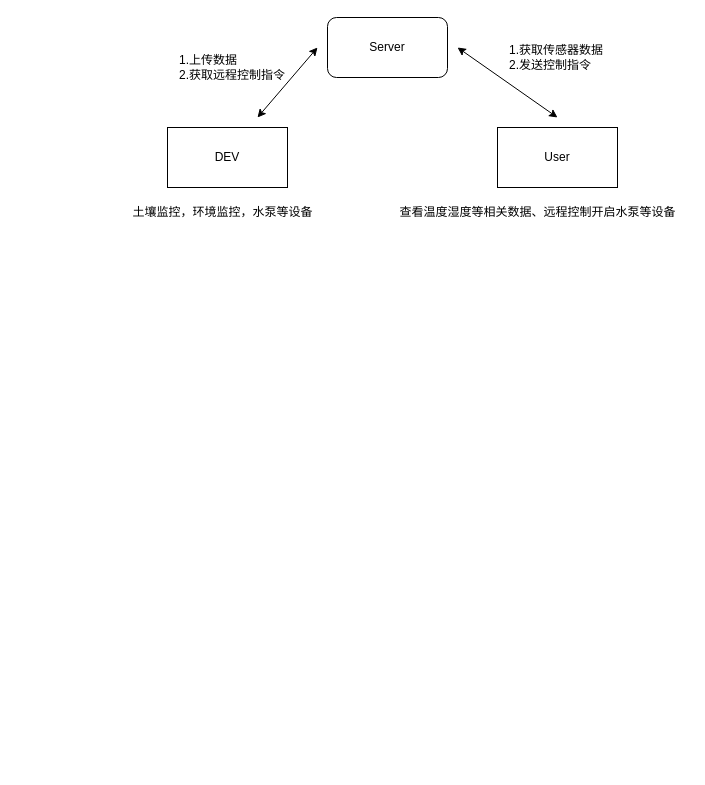
The draw.io diagram 毕设代做.drawio in yyy-router/drawio, before the edit. Source tidied: cells renumbered, new cells numbered last; positions are measured from the earlier drawing's top-left corner, leaving out a move shared by most shapes. Both pictures are drawn from the tidied source at 100%, with x=0, y=0 at pixel (122, 17).
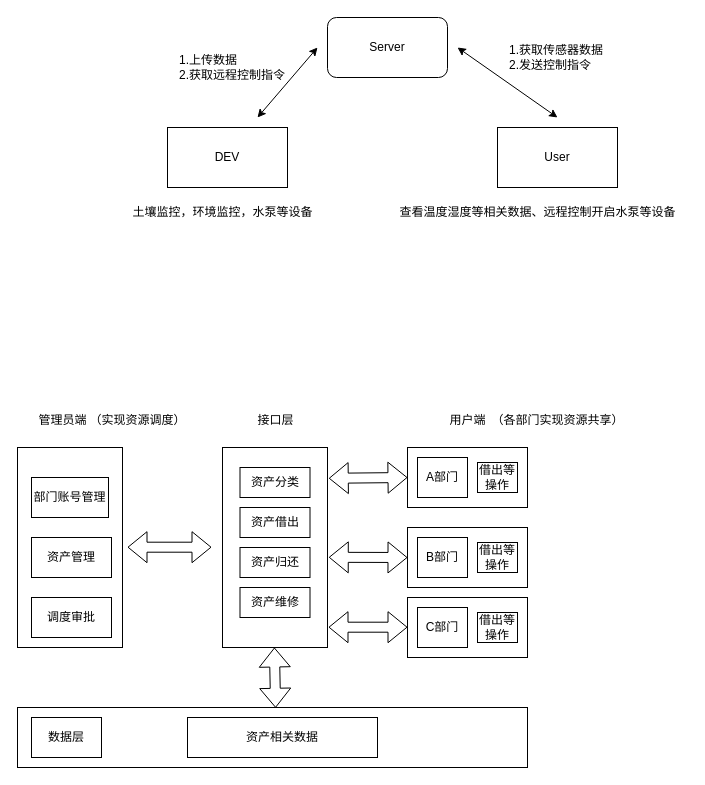
After the change.

Commit message:
更新毕设代做.drawio

The edit, as a diff of the source:
```diff
@@
+    <mxCell id="11" style="rounded=0;whiteSpace=wrap;html=1;" parent="1" vertex="1">
+      <mxGeometry x="100" y="430" width="105" height="200" as="geometry" />
+    </mxCell>
+    <mxCell id="12" value="接口层" style="text;html=1;align=center;verticalAlign=middle;strokeColor=none;fillColor=none;" parent="1" vertex="1">
+      <mxGeometry x="122.5" y="388" width="60" height="30" as="geometry" />
+    </mxCell>
+    <mxCell id="13" style="rounded=0;whiteSpace=wrap;html=1;" parent="1" vertex="1">
+      <mxGeometry x="-105" y="430" width="105" height="200" as="geometry" />
+    </mxCell>
+    <mxCell id="14" value="管理员端" style="text;html=1;align=center;verticalAlign=middle;strokeColor=none;fillColor=none;" parent="1" vertex="1">
+      <mxGeometry x="-95" y="388" width="70" height="30" as="geometry" />
+    </mxCell>
+    <mxCell id="15" value="部门账号管理" style="rounded=0;whiteSpace=wrap;html=1;" parent="1" vertex="1">
+      <mxGeometry x="-91" y="460" width="77" height="40" as="geometry" />
+    </mxCell>
+    <mxCell id="16" value="资产管理" style="rounded=0;whiteSpace=wrap;html=1;" parent="1" vertex="1">
+      <mxGeometry x="-91" y="520" width="80" height="40" as="geometry" />
+    </mxCell>
+    <mxCell id="17" style="shape=flexArrow;endArrow=classic;startArrow=classic;html=1;rounded=0;" parent="1" edge="1">
+      <mxGeometry relative="1" as="geometry">
+        <mxPoint x="5" y="529.7" as="sourcePoint" />
+        <mxPoint x="89" y="529.7" as="targetPoint" />
+      </mxGeometry>
+    </mxCell>
+    <mxCell id="18" style="rounded=0;whiteSpace=wrap;html=1;" parent="1" vertex="1">
+      <mxGeometry x="285" y="430" width="120" height="60" as="geometry" />
+    </mxCell>
+    <mxCell id="19" value="用户端" style="text;html=1;align=center;verticalAlign=middle;strokeColor=none;fillColor=none;" parent="1" vertex="1">
+      <mxGeometry x="315" y="388" width="60" height="30" as="geometry" />
+    </mxCell>
+    <mxCell id="20" style="shape=flexArrow;endArrow=classic;startArrow=classic;html=1;rounded=0;entryX=0;entryY=0.5;entryDx=0;entryDy=0;exitX=1.012;exitY=0.154;exitDx=0;exitDy=0;exitPerimeter=0;" parent="1" edge="1" source="11" target="18">
+      <mxGeometry relative="1" as="geometry" />
+    </mxCell>
+    <mxCell id="21" style="rounded=0;whiteSpace=wrap;html=1;" parent="1" vertex="1">
+      <mxGeometry x="285" y="510" width="120" height="60" as="geometry" />
+    </mxCell>
+    <mxCell id="22" style="rounded=0;whiteSpace=wrap;html=1;" parent="1" vertex="1">
+      <mxGeometry x="285" y="580" width="120" height="60" as="geometry" />
+    </mxCell>
+    <mxCell id="23" style="shape=flexArrow;endArrow=classic;startArrow=classic;html=1;rounded=0;entryX=0;entryY=0.5;entryDx=0;entryDy=0;exitX=1.012;exitY=0.549;exitDx=0;exitDy=0;exitPerimeter=0;" parent="1" edge="1" source="11" target="21">
+      <mxGeometry relative="1" as="geometry" />
+    </mxCell>
+    <mxCell id="24" style="shape=flexArrow;endArrow=classic;startArrow=classic;html=1;rounded=0;entryX=0;entryY=0.5;entryDx=0;entryDy=0;exitX=1.012;exitY=0.549;exitDx=0;exitDy=0;exitPerimeter=0;" parent="1" edge="1">
+      <mxGeometry relative="1" as="geometry">
+        <mxPoint x="206" y="609.7" as="sourcePoint" />
+        <mxPoint x="285" y="609.7" as="targetPoint" />
+      </mxGeometry>
+    </mxCell>
+    <mxCell id="25" value="A部门" style="rounded=0;whiteSpace=wrap;html=1;" parent="1" vertex="1">
+      <mxGeometry x="295" y="440" width="50" height="40" as="geometry" />
+    </mxCell>
+    <mxCell id="26" value="B部门" style="rounded=0;whiteSpace=wrap;html=1;" parent="1" vertex="1">
+      <mxGeometry x="295" y="520" width="50" height="40" as="geometry" />
+    </mxCell>
+    <mxCell id="27" value="C部门" style="rounded=0;whiteSpace=wrap;html=1;" parent="1" vertex="1">
+      <mxGeometry x="295" y="590" width="50" height="40" as="geometry" />
+    </mxCell>
+    <mxCell id="28" value="借出等操作" style="rounded=0;whiteSpace=wrap;html=1;" parent="1" vertex="1">
+      <mxGeometry x="355" y="445" width="40" height="30" as="geometry" />
+    </mxCell>
+    <mxCell id="29" value="借出等操作" style="rounded=0;whiteSpace=wrap;html=1;" parent="1" vertex="1">
+      <mxGeometry x="355" y="525" width="40" height="30" as="geometry" />
+    </mxCell>
+    <mxCell id="30" value="借出等操作" style="rounded=0;whiteSpace=wrap;html=1;" parent="1" vertex="1">
+      <mxGeometry x="355" y="595" width="40" height="30" as="geometry" />
+    </mxCell>
+    <mxCell id="31" value="资产分类" style="rounded=0;whiteSpace=wrap;html=1;" parent="1" vertex="1">
+      <mxGeometry x="117.5" y="450" width="70" height="30" as="geometry" />
+    </mxCell>
+    <mxCell id="32" value="资产借出" style="rounded=0;whiteSpace=wrap;html=1;" parent="1" vertex="1">
+      <mxGeometry x="117.5" y="490" width="70" height="30" as="geometry" />
+    </mxCell>
+    <mxCell id="33" value="资产归还" style="rounded=0;whiteSpace=wrap;html=1;" parent="1" vertex="1">
+      <mxGeometry x="117.5" y="530" width="70" height="30" as="geometry" />
+    </mxCell>
+    <mxCell id="34" value="资产维修" style="rounded=0;whiteSpace=wrap;html=1;" parent="1" vertex="1">
+      <mxGeometry x="117.5" y="570" width="70" height="30" as="geometry" />
+    </mxCell>
+    <mxCell id="35" style="rounded=0;whiteSpace=wrap;html=1;" parent="1" vertex="1">
+      <mxGeometry x="-105" y="690" width="510" height="60" as="geometry" />
+    </mxCell>
+    <mxCell id="36" value="数据层" style="rounded=0;whiteSpace=wrap;html=1;" parent="1" vertex="1">
+      <mxGeometry x="-91" y="700" width="70" height="40" as="geometry" />
+    </mxCell>
+    <mxCell id="37" value="资产相关数据" style="rounded=0;whiteSpace=wrap;html=1;" parent="1" vertex="1">
+      <mxGeometry x="65" y="700" width="190" height="40" as="geometry" />
+    </mxCell>
+    <mxCell id="38" style="shape=flexArrow;endArrow=classic;startArrow=classic;html=1;rounded=0;exitX=0.522;exitY=0.005;exitDx=0;exitDy=0;exitPerimeter=0;" parent="1" edge="1">
+      <mxGeometry relative="1" as="geometry">
+        <mxPoint x="153.1" y="690.3" as="sourcePoint" />
+        <mxPoint x="151.9" y="630" as="targetPoint" />
+      </mxGeometry>
+    </mxCell>
+    <mxCell id="39" value="（实现资源调度）" style="text;html=1;align=center;verticalAlign=middle;strokeColor=none;fillColor=none;" parent="1" vertex="1">
+      <mxGeometry x="-45" y="388" width="120" height="30" as="geometry" />
+    </mxCell>
+    <mxCell id="40" value="（各部门实现资源共享）" style="text;html=1;align=center;verticalAlign=middle;strokeColor=none;fillColor=none;" parent="1" vertex="1">
+      <mxGeometry x="355" y="388" width="160" height="30" as="geometry" />
+    </mxCell>
+    <mxCell id="41" value="调度审批" style="rounded=0;whiteSpace=wrap;html=1;" parent="1" vertex="1">
+      <mxGeometry x="-91" y="580" width="80" height="40" as="geometry" />
+    </mxCell>
```
